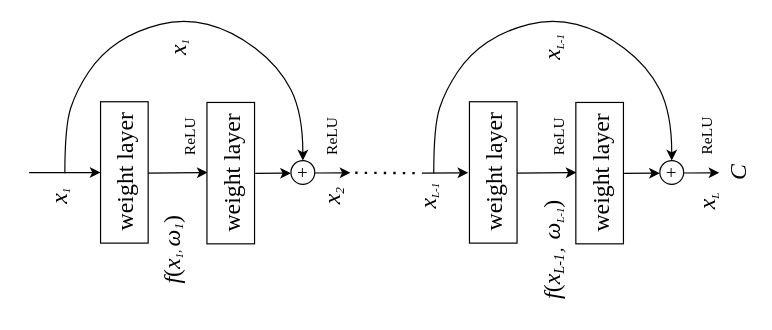
Earlier version of the draw.io diagram resnet堆叠.drawio (zjie134/blog_pic). Source tidied: cells renumbered, new cells numbered last; positions are measured from the earlier drawing's top-left corner, leaving out a move shared by most shapes. Both pictures are drawn from the tidied source at 119%, with x=0, y=0 at pixel (29, 18).
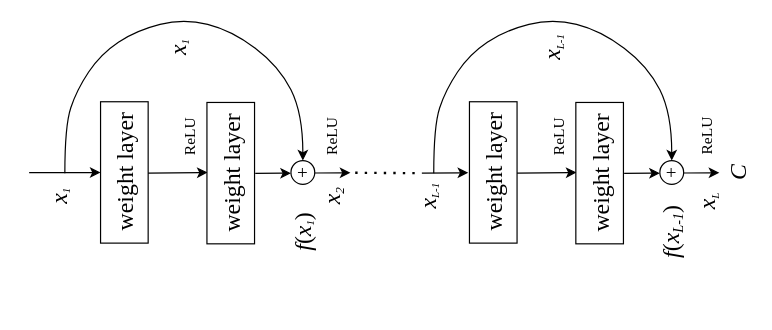
After the change.

Change to the diagram source:
```diff
@@
-    <mxCell id="6" value="&lt;font face=&quot;Times New Roman&quot;&gt;&lt;font style=&quot;font-size: 20px ; font-style: italic&quot;&gt;f&lt;/font&gt;&lt;span style=&quot;font-size: 20px&quot;&gt;(&lt;/span&gt;&lt;font&gt;&lt;i&gt;&lt;span style=&quot;font-size: 20px&quot;&gt;x&lt;/span&gt;&lt;font style=&quot;font-size: 11px&quot;&gt;&lt;sub&gt;1&lt;/sub&gt;,&amp;nbsp;&lt;/font&gt;&lt;font&gt;&lt;span style=&quot;font-size: 20px&quot;&gt;ω&lt;/span&gt;&lt;sub&gt;&lt;font style=&quot;font-size: 11px&quot;&gt;1&lt;/font&gt;&lt;/sub&gt;&lt;/font&gt;&lt;/i&gt;&lt;/font&gt;&lt;span style=&quot;font-size: 20px&quot;&gt;)&lt;/span&gt;&lt;/font&gt;" style="text;html=1;align=center;verticalAlign=middle;fillColor=none;strokeColor=none;rounded=0;rotation=-90;" parent="1" vertex="1">
-      <mxGeometry x="80" y="180" width="80" height="30" as="geometry" />
+    <mxCell id="6" value="&lt;font face=&quot;Times New Roman&quot;&gt;&lt;font style=&quot;font-size: 20px ; font-style: italic&quot;&gt;f&lt;/font&gt;&lt;span style=&quot;font-size: 20px&quot;&gt;(&lt;/span&gt;&lt;font&gt;&lt;i&gt;&lt;span style=&quot;font-size: 20px&quot;&gt;x&lt;/span&gt;&lt;font style=&quot;font-size: 11px&quot;&gt;&lt;sub&gt;1&lt;/sub&gt;&lt;/font&gt;&lt;/i&gt;&lt;/font&gt;&lt;span style=&quot;font-size: 20px&quot;&gt;)&lt;/span&gt;&lt;/font&gt;" style="text;html=1;align=center;verticalAlign=middle;fillColor=none;strokeColor=none;rounded=0;rotation=-90;" parent="1" vertex="1">
+      <mxGeometry x="205" y="165" width="50" height="30" as="geometry" />
     </mxCell>
@@
-    <mxCell id="18" value="&lt;font face=&quot;Times New Roman&quot;&gt;&lt;font style=&quot;font-size: 20px ; font-style: italic&quot;&gt;f&lt;/font&gt;&lt;span style=&quot;font-size: 20px&quot;&gt;(&lt;/span&gt;&lt;font&gt;&lt;i&gt;&lt;span style=&quot;font-size: 20px&quot;&gt;x&lt;/span&gt;&lt;sub&gt;&lt;font style=&quot;font-size: 12px&quot;&gt;L-1，&lt;/font&gt;&lt;/sub&gt;&lt;/i&gt;&lt;/font&gt;&lt;/font&gt;&lt;i style=&quot;font-family: &amp;#34;times new roman&amp;#34;&quot;&gt;&lt;span style=&quot;font-size: 20px&quot;&gt;ω&lt;/span&gt;&lt;span style=&quot;font-size: 11px&quot;&gt;&lt;sub&gt;L-1&lt;/sub&gt;&lt;/span&gt;&lt;/i&gt;&lt;font face=&quot;Times New Roman&quot;&gt;&lt;span style=&quot;font-size: 20px&quot;&gt;)&lt;/span&gt;&lt;/font&gt;" style="text;html=1;align=center;verticalAlign=middle;fillColor=none;strokeColor=none;rounded=0;rotation=-90;" parent="1" vertex="1">
-      <mxGeometry x="390" y="180" width="100" height="30" as="geometry" />
+    <mxCell id="18" value="&lt;font face=&quot;Times New Roman&quot;&gt;&lt;font style=&quot;font-size: 20px ; font-style: italic&quot;&gt;f&lt;/font&gt;&lt;span style=&quot;font-size: 20px&quot;&gt;(&lt;/span&gt;&lt;font&gt;&lt;i&gt;&lt;span style=&quot;font-size: 20px&quot;&gt;x&lt;/span&gt;&lt;sub&gt;&lt;font style=&quot;font-size: 12px&quot;&gt;L-1&lt;/font&gt;&lt;/sub&gt;&lt;/i&gt;&lt;/font&gt;&lt;/font&gt;&lt;font face=&quot;Times New Roman&quot;&gt;&lt;span style=&quot;font-size: 20px&quot;&gt;)&lt;/span&gt;&lt;/font&gt;" style="text;html=1;align=center;verticalAlign=middle;fillColor=none;strokeColor=none;rounded=0;rotation=-90;" parent="1" vertex="1">
+      <mxGeometry x="510" y="165" width="60" height="30" as="geometry" />
     </mxCell>
```
